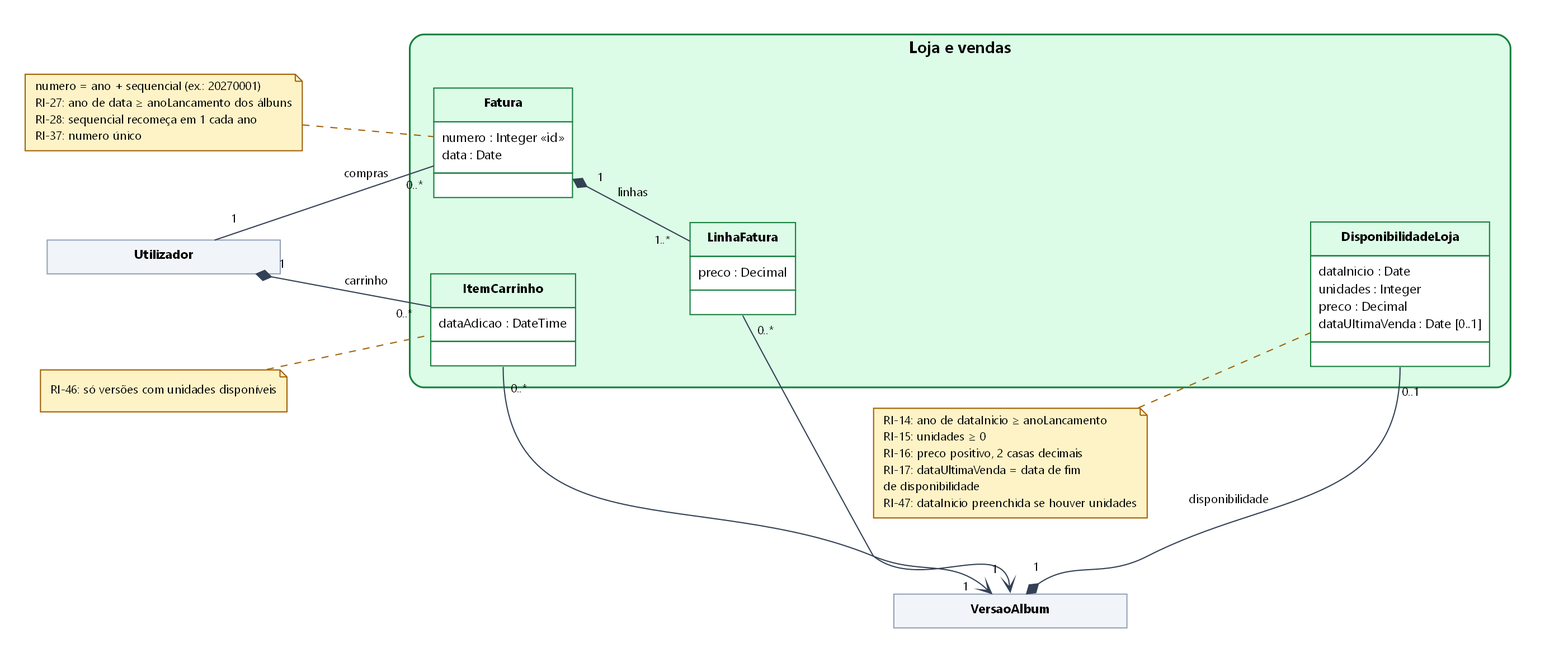
Before: etapa1/classes/img/03-loja-vendas.png, a diagram exported from Graphviz (malat0o/PGP). Its source is kept beside it as etapa1/classes/fonte/03-loja-vendas.dot. Source of this version:
```dot
digraph G {
  graph [rankdir=LR, fontname="Segoe UI", nodesep="0.9", ranksep="0.9", pad="0.3", bgcolor="white", newrank=true];
  node [shape=plain, fontname="Segoe UI", fontsize="11"];
  edge [fontname="Segoe UI"];
  subgraph "cluster_loja" { label=<<b>Loja e vendas</b>>; fontsize="14"; style="filled,rounded"; fillcolor="#dcfce7"; color="#15803d"; penwidth="1.5"; margin="18";
    "DisponibilidadeLoja" [label=<<table border="0" cellborder="1" cellspacing="0" color="#15803d" bgcolor="white"><tr><td bgcolor="#dcfce7" cellpadding="6"><b>DisponibilidadeLoja</b></td></tr><tr><td align="left" balign="left" cellpadding="6">dataInicio : Date<br align="left"/>unidades : Integer<br align="left"/>preco : Decimal<br align="left"/>dataUltimaVenda : Date [0..1]<br align="left"/></td></tr><tr><td height="8"> </td></tr></table>>];
    "ItemCarrinho" [label=<<table border="0" cellborder="1" cellspacing="0" color="#15803d" bgcolor="white"><tr><td bgcolor="#dcfce7" cellpadding="6"><b>ItemCarrinho</b></td></tr><tr><td align="left" balign="left" cellpadding="6">dataAdicao : DateTime<br align="left"/></td></tr><tr><td height="8"> </td></tr></table>>];
    "Fatura" [label=<<table border="0" cellborder="1" cellspacing="0" color="#15803d" bgcolor="white"><tr><td bgcolor="#dcfce7" cellpadding="6"><b>Fatura</b></td></tr><tr><td align="left" balign="left" cellpadding="6">numero : Integer «id»<br align="left"/>data : Date<br align="left"/></td></tr><tr><td height="8"> </td></tr></table>>];
    "LinhaFatura" [label=<<table border="0" cellborder="1" cellspacing="0" color="#15803d" bgcolor="white"><tr><td bgcolor="#dcfce7" cellpadding="6"><b>LinhaFatura</b></td></tr><tr><td align="left" balign="left" cellpadding="6">preco : Decimal<br align="left"/></td></tr><tr><td height="8"> </td></tr></table>>];
  }
  "VersaoAlbum" [label=<<table border="0" cellborder="1" cellspacing="0" color="#94a3b8" bgcolor="white"><tr><td bgcolor="#f1f5f9" cellpadding="6" width="200"><b>VersaoAlbum</b></td></tr></table>>];
  "Utilizador" [label=<<table border="0" cellborder="1" cellspacing="0" color="#94a3b8" bgcolor="white"><tr><td bgcolor="#f1f5f9" cellpadding="6" width="200"><b>Utilizador</b></td></tr></table>>];
  "VersaoAlbum" -> "DisponibilidadeLoja" [fontname="Segoe UI", fontsize="10", color="#334155", labelfontsize="10", labeldistance="2.4", labelangle="28", dir="both", arrowtail="diamond", arrowhead="none", arrowsize="1.1", taillabel="1", headlabel="0..1", label=" disponibilidade ", tailport="ne", headport="s"];
  "Utilizador" -> "ItemCarrinho" [fontname="Segoe UI", fontsize="10", color="#334155", labelfontsize="10", labeldistance="2.4", labelangle="28", dir="both", arrowtail="diamond", arrowhead="none", arrowsize="1.1", taillabel="1", headlabel="0..*", label=" carrinho "];
  "ItemCarrinho" -> "VersaoAlbum" [fontname="Segoe UI", fontsize="10", color="#334155", labelfontsize="10", labeldistance="2.4", labelangle="28", dir="forward", arrowhead="vee", taillabel="0..*", headlabel="1", tailport="s", headport="nw"];
  "Utilizador" -> "Fatura" [fontname="Segoe UI", fontsize="10", color="#334155", labelfontsize="10", labeldistance="2.4", labelangle="28", dir="none", taillabel="1", headlabel="0..*", label=" compras "];
  "Fatura" -> "LinhaFatura" [fontname="Segoe UI", fontsize="10", color="#334155", labelfontsize="10", labeldistance="2.4", labelangle="28", dir="both", arrowtail="diamond", arrowhead="none", arrowsize="1.1", taillabel="1", headlabel="1..*", label=" linhas "];
  "LinhaFatura" -> "VersaoAlbum" [fontname="Segoe UI", fontsize="10", color="#334155", labelfontsize="10", labeldistance="2.4", labelangle="28", dir="forward", arrowhead="vee", taillabel="0..*", headlabel="1", tailport="s", headport="n"];
  "nota_DisponibilidadeLoja" [shape=note, style=filled, fillcolor="#fef3c7", color="#a16207", fontsize="10", margin="0.12,0.06", label=<RI-14: ano de dataInicio ≥ anoLancamento<br align="left"/>RI-15: unidades ≥ 0<br align="left"/>RI-16: preco positivo, 2 casas decimais<br align="left"/>RI-17: dataUltimaVenda = data de fim<br align="left"/>de disponibilidade<br align="left"/>RI-47: dataInicio preenchida se houver unidades<br align="left"/>>];
  "nota_DisponibilidadeLoja" -> "DisponibilidadeLoja" [style=dashed, arrowhead=none, color="#a16207"];
  "nota_ItemCarrinho" [shape=note, style=filled, fillcolor="#fef3c7", color="#a16207", fontsize="10", margin="0.12,0.06", label=<RI-46: só versões com unidades disponíveis<br align="left"/>>];
  "nota_ItemCarrinho" -> "ItemCarrinho" [style=dashed, arrowhead=none, color="#a16207"];
  "nota_Fatura" [shape=note, style=filled, fillcolor="#fef3c7", color="#a16207", fontsize="10", margin="0.12,0.06", label=<numero = ano + sequencial (ex.: 20270001)<br align="left"/>RI-27: ano de data ≥ anoLancamento dos álbuns<br align="left"/>RI-28: sequencial recomeça em 1 cada ano<br align="left"/>RI-37: numero único<br align="left"/>>];
  "nota_Fatura" -> "Fatura" [style=dashed, arrowhead=none, color="#a16207"];
}
```
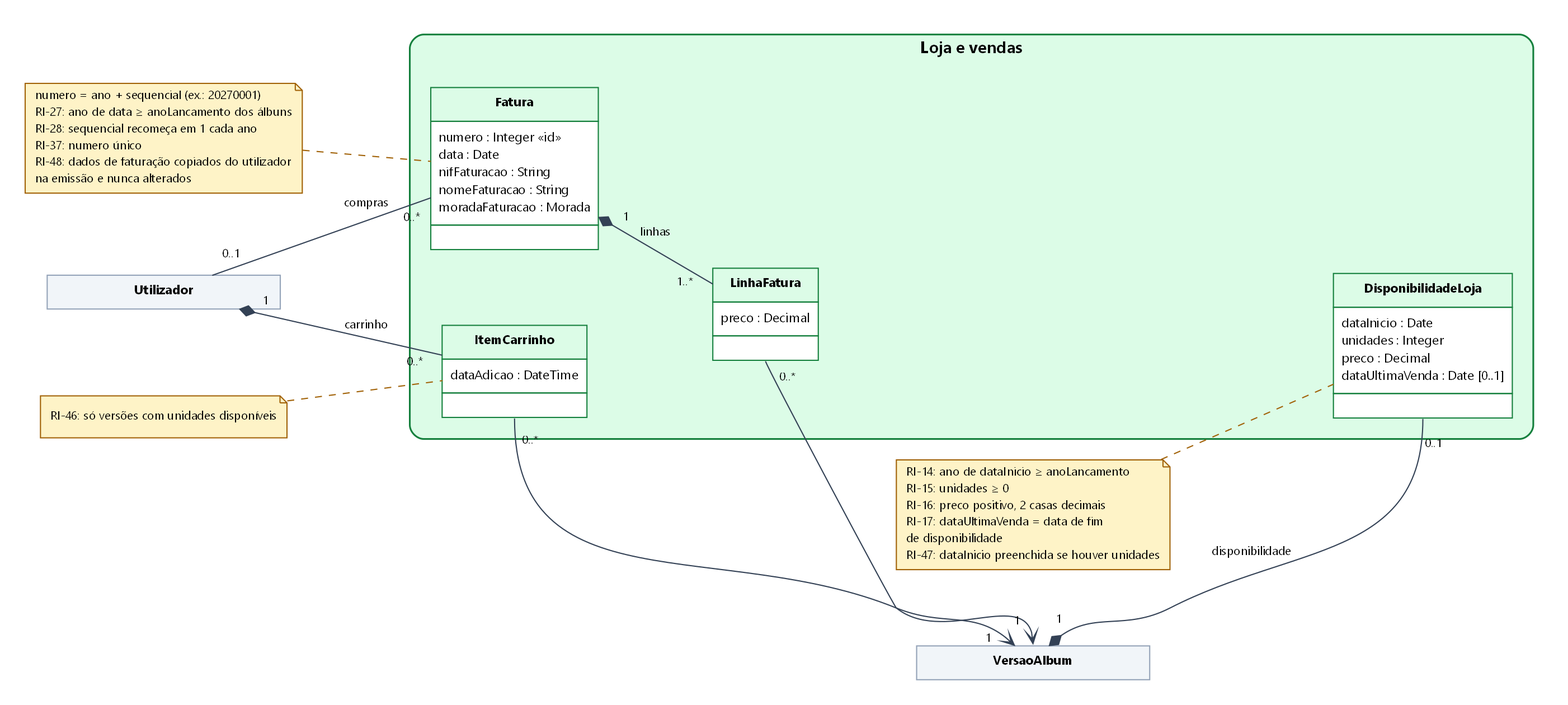
The same diagram one commit later.

What changed in the source:
```diff
@@ -5,7 +5,7 @@
   subgraph "cluster_loja" { label=<<b>Loja e vendas</b>>; fontsize="14"; style="filled,rounded"; fillcolor="#dcfce7"; color="#15803d"; penwidth="1.5"; margin="18";
     "DisponibilidadeLoja" [label=<<table border="0" cellborder="1" cellspacing="0" color="#15803d" bgcolor="white"><tr><td bgcolor="#dcfce7" cellpadding="6"><b>DisponibilidadeLoja</b></td></tr><tr><td align="left" balign="left" cellpadding="6">dataInicio : Date<br align="left"/>unidades : Integer<br align="left"/>preco : Decimal<br align="left"/>dataUltimaVenda : Date [0..1]<br align="left"/></td></tr><tr><td height="8"> </td></tr></table>>];
     "ItemCarrinho" [label=<<table border="0" cellborder="1" cellspacing="0" color="#15803d" bgcolor="white"><tr><td bgcolor="#dcfce7" cellpadding="6"><b>ItemCarrinho</b></td></tr><tr><td align="left" balign="left" cellpadding="6">dataAdicao : DateTime<br align="left"/></td></tr><tr><td height="8"> </td></tr></table>>];
-    "Fatura" [label=<<table border="0" cellborder="1" cellspacing="0" color="#15803d" bgcolor="white"><tr><td bgcolor="#dcfce7" cellpadding="6"><b>Fatura</b></td></tr><tr><td align="left" balign="left" cellpadding="6">numero : Integer «id»<br align="left"/>data : Date<br align="left"/></td></tr><tr><td height="8"> </td></tr></table>>];
+    "Fatura" [label=<<table border="0" cellborder="1" cellspacing="0" color="#15803d" bgcolor="white"><tr><td bgcolor="#dcfce7" cellpadding="6"><b>Fatura</b></td></tr><tr><td align="left" balign="left" cellpadding="6">numero : Integer «id»<br align="left"/>data : Date<br align="left"/>nifFaturacao : String<br align="left"/>nomeFaturacao : String<br align="left"/>moradaFaturacao : Morada<br align="left"/></td></tr><tr><td height="8"> </td></tr></table>>];
     "LinhaFatura" [label=<<table border="0" cellborder="1" cellspacing="0" color="#15803d" bgcolor="white"><tr><td bgcolor="#dcfce7" cellpadding="6"><b>LinhaFatura</b></td></tr><tr><td align="left" balign="left" cellpadding="6">preco : Decimal<br align="left"/></td></tr><tr><td height="8"> </td></tr></table>>];
   }
   "VersaoAlbum" [label=<<table border="0" cellborder="1" cellspacing="0" color="#94a3b8" bgcolor="white"><tr><td bgcolor="#f1f5f9" cellpadding="6" width="200"><b>VersaoAlbum</b></td></tr></table>>];
@@ -13,13 +13,13 @@
   "VersaoAlbum" -> "DisponibilidadeLoja" [fontname="Segoe UI", fontsize="10", color="#334155", labelfontsize="10", labeldistance="2.4", labelangle="28", dir="both", arrowtail="diamond", arrowhead="none", arrowsize="1.1", taillabel="1", headlabel="0..1", label=" disponibilidade ", tailport="ne", headport="s"];
   "Utilizador" -> "ItemCarrinho" [fontname="Segoe UI", fontsize="10", color="#334155", labelfontsize="10", labeldistance="2.4", labelangle="28", dir="both", arrowtail="diamond", arrowhead="none", arrowsize="1.1", taillabel="1", headlabel="0..*", label=" carrinho "];
   "ItemCarrinho" -> "VersaoAlbum" [fontname="Segoe UI", fontsize="10", color="#334155", labelfontsize="10", labeldistance="2.4", labelangle="28", dir="forward", arrowhead="vee", taillabel="0..*", headlabel="1", tailport="s", headport="nw"];
-  "Utilizador" -> "Fatura" [fontname="Segoe UI", fontsize="10", color="#334155", labelfontsize="10", labeldistance="2.4", labelangle="28", dir="none", taillabel="1", headlabel="0..*", label=" compras "];
+  "Utilizador" -> "Fatura" [fontname="Segoe UI", fontsize="10", color="#334155", labelfontsize="10", labeldistance="2.4", labelangle="28", dir="none", taillabel="0..1", headlabel="0..*", label=" compras "];
   "Fatura" -> "LinhaFatura" [fontname="Segoe UI", fontsize="10", color="#334155", labelfontsize="10", labeldistance="2.4", labelangle="28", dir="both", arrowtail="diamond", arrowhead="none", arrowsize="1.1", taillabel="1", headlabel="1..*", label=" linhas "];
   "LinhaFatura" -> "VersaoAlbum" [fontname="Segoe UI", fontsize="10", color="#334155", labelfontsize="10", labeldistance="2.4", labelangle="28", dir="forward", arrowhead="vee", taillabel="0..*", headlabel="1", tailport="s", headport="n"];
   "nota_DisponibilidadeLoja" [shape=note, style=filled, fillcolor="#fef3c7", color="#a16207", fontsize="10", margin="0.12,0.06", label=<RI-14: ano de dataInicio ≥ anoLancamento<br align="left"/>RI-15: unidades ≥ 0<br align="left"/>RI-16: preco positivo, 2 casas decimais<br align="left"/>RI-17: dataUltimaVenda = data de fim<br align="left"/>de disponibilidade<br align="left"/>RI-47: dataInicio preenchida se houver unidades<br align="left"/>>];
   "nota_DisponibilidadeLoja" -> "DisponibilidadeLoja" [style=dashed, arrowhead=none, color="#a16207"];
   "nota_ItemCarrinho" [shape=note, style=filled, fillcolor="#fef3c7", color="#a16207", fontsize="10", margin="0.12,0.06", label=<RI-46: só versões com unidades disponíveis<br align="left"/>>];
   "nota_ItemCarrinho" -> "ItemCarrinho" [style=dashed, arrowhead=none, color="#a16207"];
-  "nota_Fatura" [shape=note, style=filled, fillcolor="#fef3c7", color="#a16207", fontsize="10", margin="0.12,0.06", label=<numero = ano + sequencial (ex.: 20270001)<br align="left"/>RI-27: ano de data ≥ anoLancamento dos álbuns<br align="left"/>RI-28: sequencial recomeça em 1 cada ano<br align="left"/>RI-37: numero único<br align="left"/>>];
+  "nota_Fatura" [shape=note, style=filled, fillcolor="#fef3c7", color="#a16207", fontsize="10", margin="0.12,0.06", label=<numero = ano + sequencial (ex.: 20270001)<br align="left"/>RI-27: ano de data ≥ anoLancamento dos álbuns<br align="left"/>RI-28: sequencial recomeça em 1 cada ano<br align="left"/>RI-37: numero único<br align="left"/>RI-48: dados de faturação copiados do utilizador<br align="left"/>na emissão e nunca alterados<br align="left"/>>];
   "nota_Fatura" -> "Fatura" [style=dashed, arrowhead=none, color="#a16207"];
 }
```
